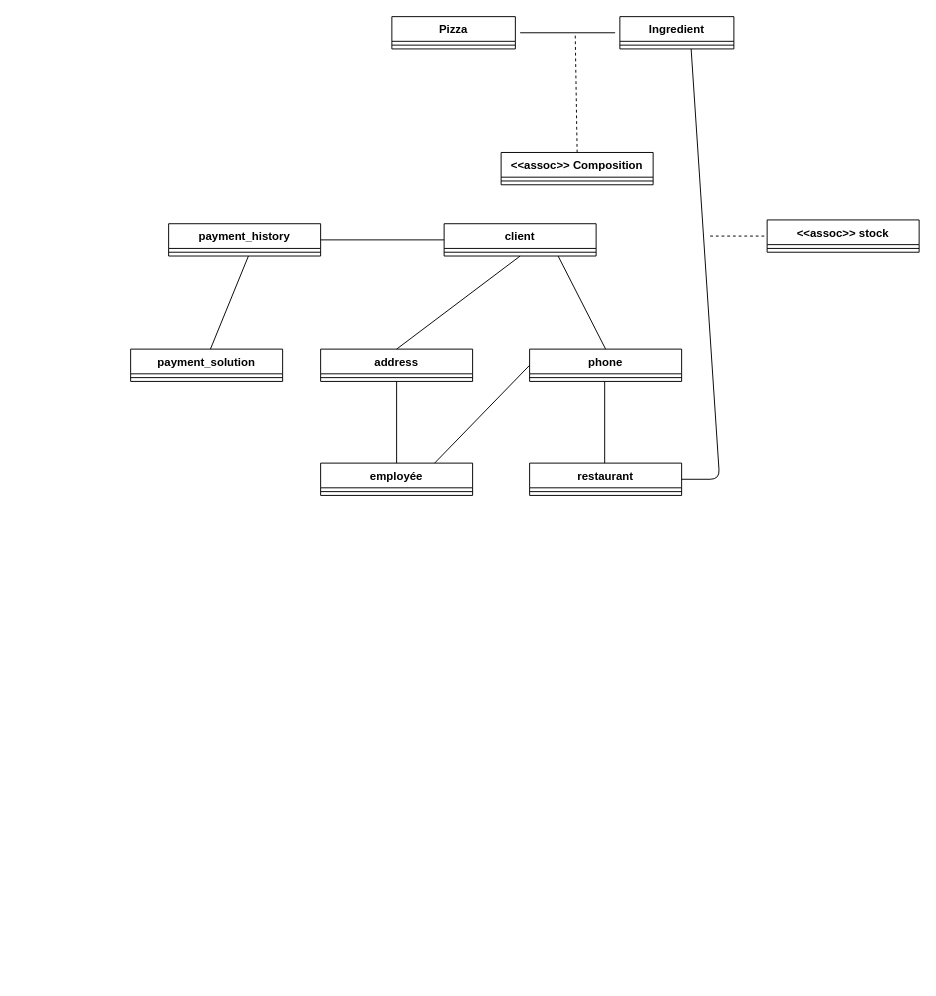
This is Untitled Diagram.drawio from stan-dimitrov/OC-project6-Concevez-la-solution-technique-d-un-syst-me-de-gestion-de-pizzeria, a draw.io file, before an edit. Source tidied: cells renumbered, new cells numbered last; positions are measured from the earlier drawing's top-left corner, leaving out a move shared by most shapes. Both pictures are drawn from the tidied source at 95%, with x=0, y=0 at pixel (130, 16).
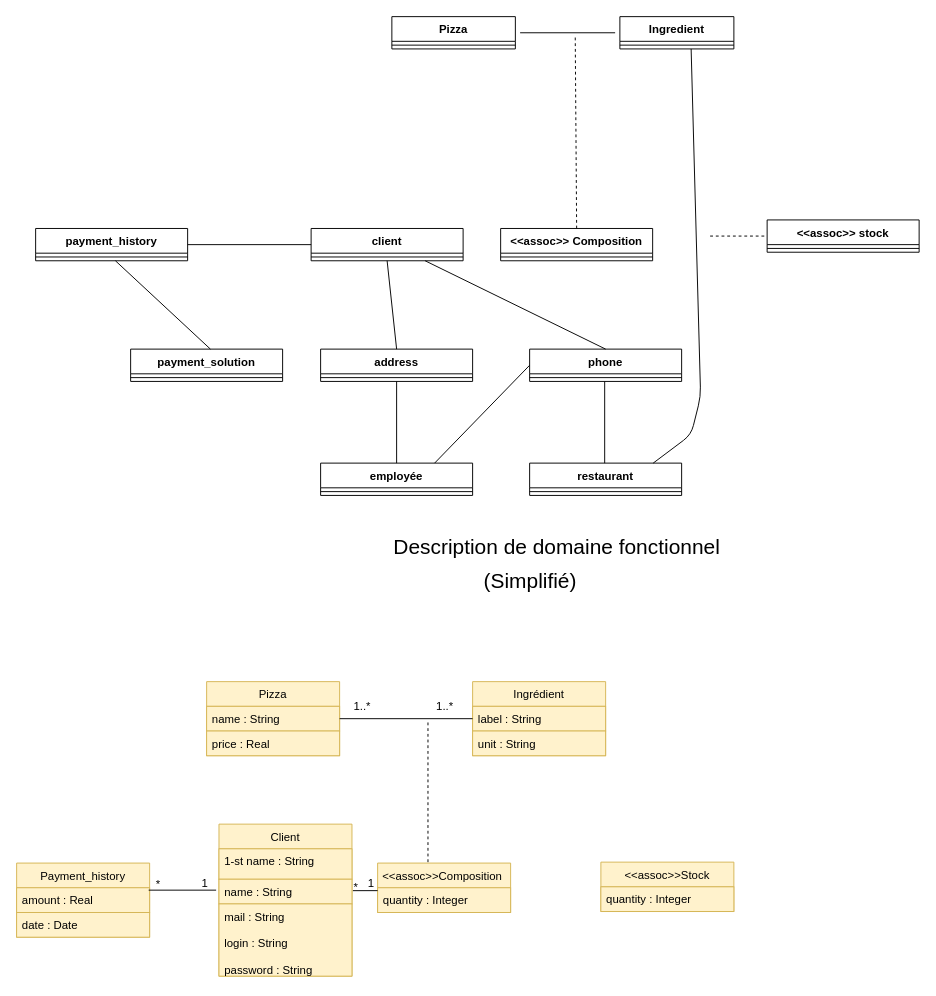
The same diagram, later.

Commit message:
Mettre à jour Untitled Diagram.drawio

Unchanged cells that the change refers to:
```xml
<mxCell id="26" value="restaurant" style="swimlane;fontStyle=1;align=center;verticalAlign=top;horizontal=1;startSize=26;gradientColor=none;" parent="1" vertex="1">
  <mxGeometry x="420" y="470" width="160" height="34" as="geometry" />
</mxCell>
```

Change to the diagram source:
```diff
@@
     <mxCell id="9" value="&lt;&lt;assoc&gt;&gt; Composition" style="swimlane;fontStyle=1;align=center;verticalAlign=top;horizontal=1;startSize=26;gradientColor=none;" parent="1" vertex="1">
-      <mxGeometry x="390" y="143" width="160" height="34" as="geometry" />
+      <mxGeometry x="389.5" y="223" width="160" height="34" as="geometry" />
     </mxCell>
@@
     <mxCell id="11" value="client" style="swimlane;fontStyle=1;align=center;verticalAlign=top;horizontal=1;startSize=26;gradientColor=none;" parent="1" vertex="1">
-      <mxGeometry x="330" y="218" width="160" height="34" as="geometry" />
+      <mxGeometry x="190" y="223" width="160" height="34" as="geometry" />
     </mxCell>
@@
     <mxCell id="13" value="payment_history" style="swimlane;fontStyle=1;align=center;verticalAlign=top;horizontal=1;startSize=26;gradientColor=none;" parent="1" vertex="1">
-      <mxGeometry x="40" y="218" width="160" height="34" as="geometry" />
+      <mxGeometry x="-100" y="223" width="160" height="34" as="geometry" />
     </mxCell>
@@
-    <mxCell id="31" style="endArrow=none;html=1;exitX=1;exitY=0.5;exitDx=0;exitDy=0;" parent="1" edge="1" source="26">
+    <mxCell id="31" style="endArrow=none;html=1;exitX=0.813;exitY=0;exitDx=0;exitDy=0;exitPerimeter=0;" parent="1" edge="1" source="26">
       <mxGeometry relative="1" as="geometry">
         <mxPoint x="590" y="34" as="targetPoint" />
         <Array as="points">
-          <mxPoint x="620" y="487" />
+          <mxPoint x="590" y="440" />
+          <mxPoint x="600" y="400" />
         </Array>
       </mxGeometry>
     </mxCell>
@@
+    <mxCell id="35" value="&lt;font style=&quot;font-size: 22px&quot;&gt;Description de domaine fonctionnel&lt;/font&gt;" style="text;html=1;align=left;verticalAlign=top;spacingTop=-4;" parent="1" vertex="1">
+      <mxGeometry x="275" y="543" width="360" height="20" as="geometry" />
+    </mxCell>
+    <mxCell id="36" value="&lt;span style=&quot;font-size: 22px&quot;&gt;(Simplifié)&lt;/span&gt;" style="text;html=1;align=left;verticalAlign=top;spacingTop=-4;" parent="1" vertex="1">
+      <mxGeometry x="370" y="579" width="110" height="20" as="geometry" />
+    </mxCell>
+    <mxCell id="37" value="Pizza" style="swimlane;fontStyle=0;horizontal=1;startSize=26;fillColor=#fff2cc;strokeColor=#d6b656;" parent="1" vertex="1">
+      <mxGeometry x="80" y="700" width="140" height="78" as="geometry" />
+    </mxCell>
+    <mxCell id="38" value="name : String" style="text;strokeColor=#d6b656;fillColor=#fff2cc;align=left;verticalAlign=top;spacingLeft=4;spacingRight=4;overflow=hidden;" parent="37" vertex="1">
+      <mxGeometry y="26" width="140" height="26" as="geometry" />
+    </mxCell>
+    <mxCell id="39" value="price : Real" style="text;strokeColor=#d6b656;fillColor=#fff2cc;align=left;verticalAlign=top;spacingLeft=4;spacingRight=4;overflow=hidden;" parent="37" vertex="1">
+      <mxGeometry y="52" width="140" height="26" as="geometry" />
+    </mxCell>
+    <mxCell id="40" value="Ingrédient" style="swimlane;fontStyle=0;horizontal=1;startSize=26;fillColor=#fff2cc;strokeColor=#d6b656;" parent="1" vertex="1">
+      <mxGeometry x="360" y="700" width="140" height="78" as="geometry" />
+    </mxCell>
+    <mxCell id="41" value="label : String" style="text;strokeColor=#d6b656;fillColor=#fff2cc;align=left;verticalAlign=top;spacingLeft=4;spacingRight=4;overflow=hidden;" parent="40" vertex="1">
+      <mxGeometry y="26" width="140" height="26" as="geometry" />
+    </mxCell>
+    <mxCell id="42" value="unit : String" style="text;strokeColor=#d6b656;fillColor=#fff2cc;align=left;verticalAlign=top;spacingLeft=4;spacingRight=4;overflow=hidden;" parent="40" vertex="1">
+      <mxGeometry y="52" width="140" height="26" as="geometry" />
+    </mxCell>
+    <mxCell id="43" style="endArrow=none;html=1;entryX=0;entryY=0.5;entryDx=0;entryDy=0;exitX=1;exitY=0.5;exitDx=0;exitDy=0;" parent="1" edge="1" source="37" target="40">
+      <mxGeometry relative="1" as="geometry" />
+    </mxCell>
+    <mxCell id="44" value="Payment_history" style="swimlane;fontStyle=0;horizontal=1;startSize=26;fillColor=#fff2cc;strokeColor=#d6b656;" parent="1" vertex="1">
+      <mxGeometry x="-120" y="891" width="140" height="78" as="geometry" />
+    </mxCell>
+    <mxCell id="45" value="amount : Real" style="text;strokeColor=#d6b656;fillColor=#fff2cc;align=left;verticalAlign=top;spacingLeft=4;spacingRight=4;overflow=hidden;" parent="44" vertex="1">
+      <mxGeometry y="26" width="140" height="26" as="geometry" />
+    </mxCell>
+    <mxCell id="46" value="date : Date" style="text;strokeColor=#d6b656;fillColor=#fff2cc;align=left;verticalAlign=top;spacingLeft=4;spacingRight=4;overflow=hidden;" parent="44" vertex="1">
+      <mxGeometry y="52" width="140" height="26" as="geometry" />
+    </mxCell>
+    <mxCell id="47" value="Client" style="swimlane;fontStyle=0;horizontal=1;startSize=26;fillColor=#fff2cc;strokeColor=#d6b656;" parent="1" vertex="1">
+      <mxGeometry x="93" y="850" width="140" height="160" as="geometry" />
+    </mxCell>
+    <mxCell id="48" value="1-st name : String" style="text;strokeColor=#d6b656;fillColor=#fff2cc;align=left;verticalAlign=top;spacingLeft=4;spacingRight=4;overflow=hidden;" parent="47" vertex="1">
+      <mxGeometry y="26" width="140" height="32" as="geometry" />
+    </mxCell>
+    <mxCell id="49" value="name : String&#10;" style="text;strokeColor=#d6b656;fillColor=#fff2cc;align=left;verticalAlign=top;spacingLeft=4;spacingRight=4;overflow=hidden;points=[[0,0.5],[1,0.5]];portConstraint=eastwest;" parent="47" vertex="1">
+      <mxGeometry y="58" width="140" height="26" as="geometry" />
+    </mxCell>
+    <mxCell id="50" value="mail : String&#10;&#10;login : String&#10;&#10;password : String&#10;" style="text;strokeColor=#d6b656;fillColor=#fff2cc;align=left;verticalAlign=top;spacingLeft=4;spacingRight=4;overflow=hidden;" parent="47" vertex="1">
+      <mxGeometry y="84" width="140" height="76" as="geometry" />
+    </mxCell>
+    <mxCell id="51" value="&lt;&lt;assoc&gt;&gt;Composition " style="swimlane;fontStyle=0;horizontal=1;startSize=26;fillColor=#fff2cc;strokeColor=#d6b656;" parent="1" vertex="1">
+      <mxGeometry x="260" y="891" width="140" height="52" as="geometry" />
+    </mxCell>
+    <mxCell id="52" value="quantity : Integer" style="text;strokeColor=#d6b656;fillColor=#fff2cc;align=left;verticalAlign=top;spacingLeft=4;spacingRight=4;overflow=hidden;" parent="51" vertex="1">
+      <mxGeometry y="26" width="140" height="26" as="geometry" />
+    </mxCell>
+    <mxCell id="53" value="&lt;&lt;assoc&gt;&gt;Stock" style="swimlane;fontStyle=0;horizontal=1;startSize=26;fillColor=#fff2cc;strokeColor=#d6b656;" parent="1" vertex="1">
+      <mxGeometry x="495" y="890" width="140" height="52" as="geometry" />
+    </mxCell>
+    <mxCell id="54" value="quantity : Integer" style="text;strokeColor=#d6b656;fillColor=#fff2cc;align=left;verticalAlign=top;spacingLeft=4;spacingRight=4;overflow=hidden;" parent="53" vertex="1">
+      <mxGeometry y="26" width="140" height="26" as="geometry" />
+    </mxCell>
+    <mxCell id="55" value="1..*" style="text;html=1;align=left;verticalAlign=top;spacingTop=-4;" parent="1" vertex="1">
+      <mxGeometry x="233" y="716" width="30" height="10" as="geometry" />
+    </mxCell>
+    <mxCell id="56" value="1..*" style="text;html=1;align=left;verticalAlign=top;spacingTop=-4;" parent="1" vertex="1">
+      <mxGeometry x="320" y="716" width="30" height="10" as="geometry" />
+    </mxCell>
+    <mxCell id="57" style="endArrow=none;html=1;" parent="1" edge="1">
+      <mxGeometry relative="1" as="geometry">
+        <mxPoint x="19" y="919.5" as="sourcePoint" />
+        <mxPoint x="90" y="919.5" as="targetPoint" />
+      </mxGeometry>
+    </mxCell>
+    <mxCell id="58" style="endArrow=none;dashed=1;html=1;" parent="1" edge="1">
+      <mxGeometry relative="1" as="geometry">
+        <mxPoint x="313" y="890" as="sourcePoint" />
+        <mxPoint x="313" y="740" as="targetPoint" />
+      </mxGeometry>
+    </mxCell>
+    <mxCell id="59" value="*" style="text;html=1;align=left;verticalAlign=top;spacingTop=-4;" parent="1" vertex="1">
+      <mxGeometry x="25" y="904" width="20" height="10" as="geometry" />
+    </mxCell>
+    <mxCell id="60" value="1" style="text;html=1;align=left;verticalAlign=top;spacingTop=-4;" parent="1" vertex="1">
+      <mxGeometry x="73" y="903" width="20" height="10" as="geometry" />
+    </mxCell>
+    <mxCell id="61" style="endArrow=none;html=1;exitX=1.007;exitY=0.463;exitDx=0;exitDy=0;exitPerimeter=0;" parent="1" edge="1" source="49">
+      <mxGeometry relative="1" as="geometry">
+        <mxPoint x="260" y="920" as="targetPoint" />
+      </mxGeometry>
+    </mxCell>
+    <mxCell id="62" value="*" style="text;html=1;align=left;verticalAlign=top;spacingTop=-4;" parent="1" vertex="1">
+      <mxGeometry x="233" y="907" width="20" height="10" as="geometry" />
+    </mxCell>
+    <mxCell id="63" value="1" style="text;html=1;align=left;verticalAlign=top;spacingTop=-4;" parent="1" vertex="1">
+      <mxGeometry x="248" y="903" width="20" height="10" as="geometry" />
+    </mxCell>
```
